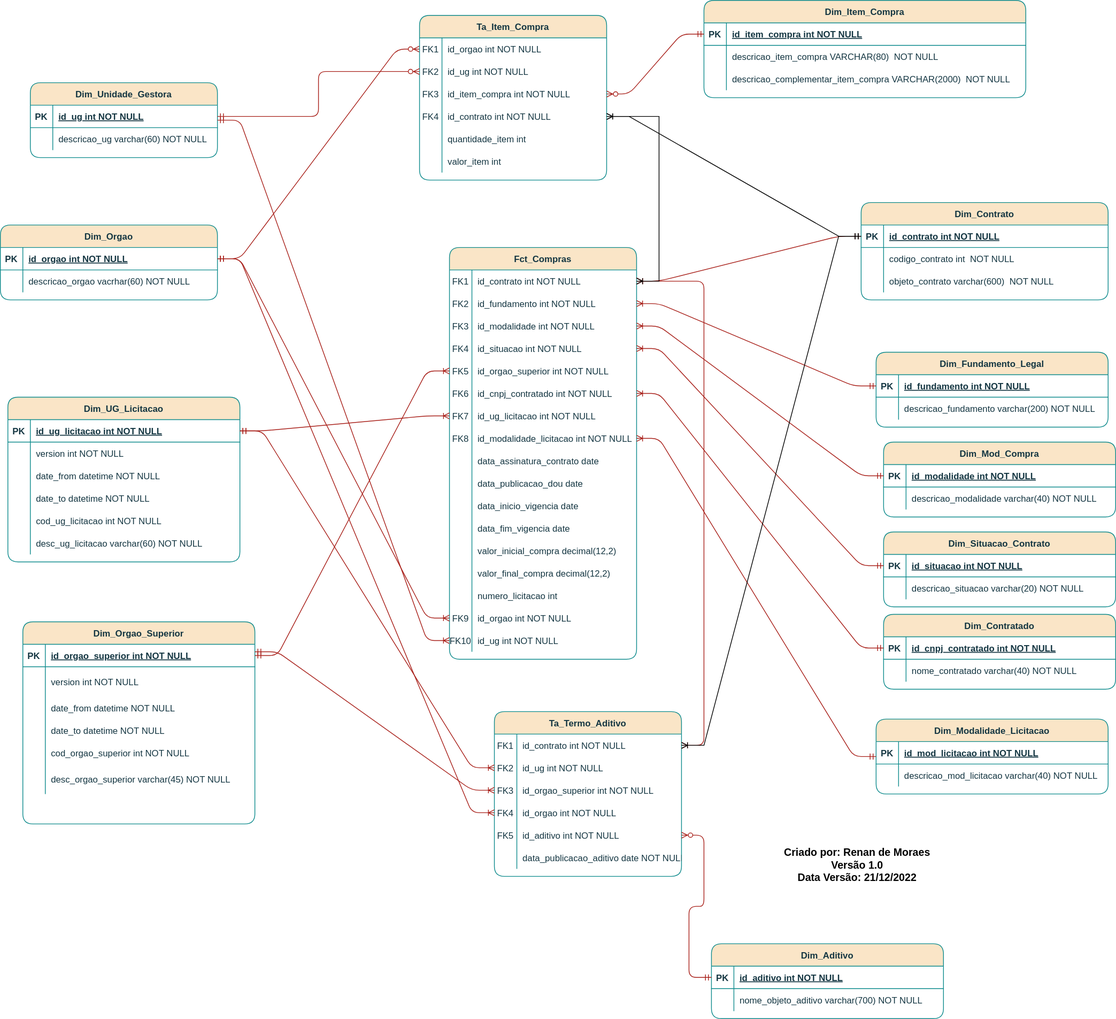
The draw.io diagram DW-COMPRAS-GOV-FEDERAL.svg in mpraes/projeto_dados_gov_federal, before a commit. Source tidied: cells renumbered, new cells last; positions are measured from the earlier drawing's top-left corner, leaving out a move shared by most shapes.
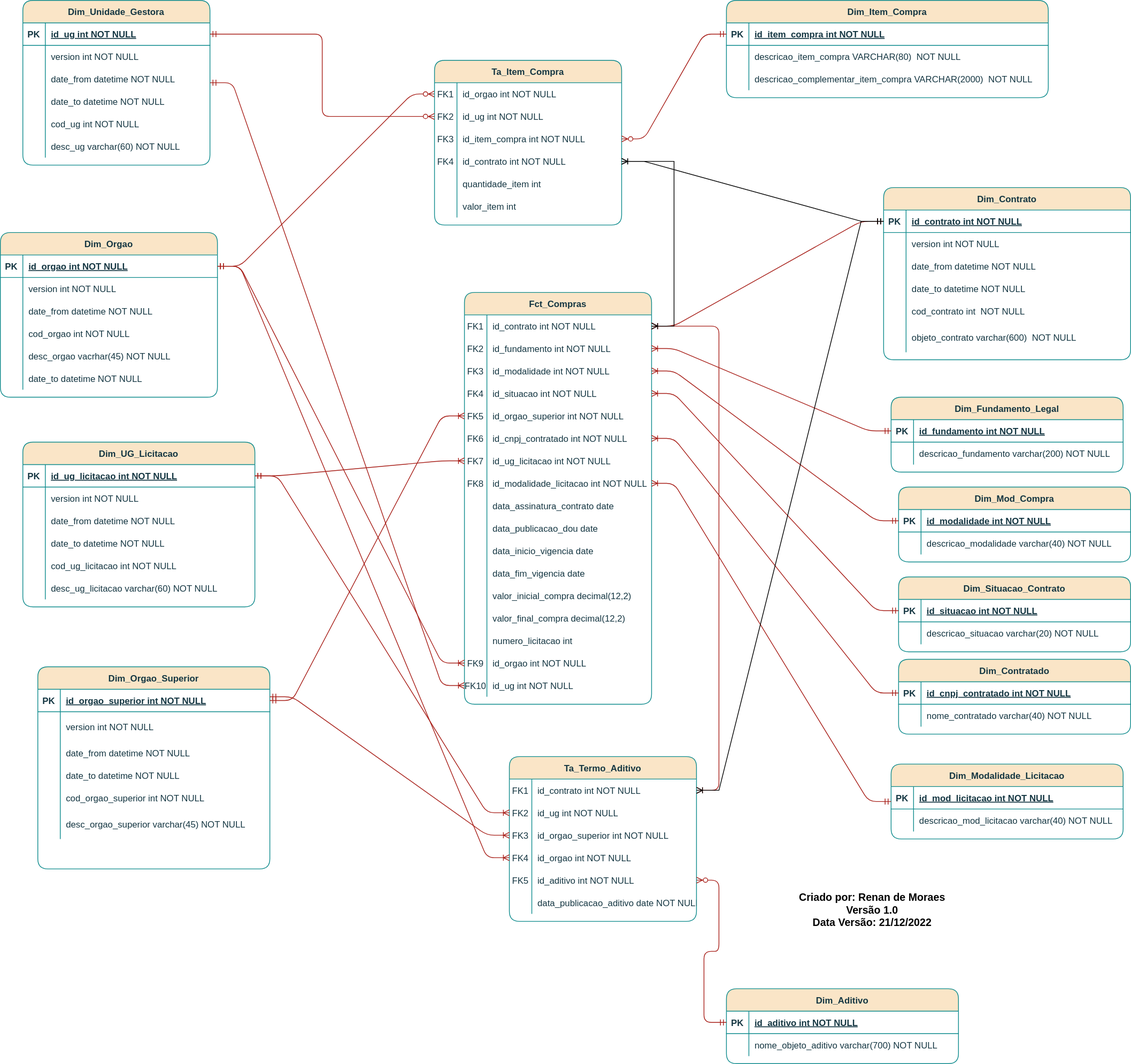
Above is the later version.

The edit, as a diff of the source:
```diff
@@ -63,7 +63,7 @@
       <mxGeometry x="30" width="220" height="30" as="geometry" />
     </mxCell>
     <mxCell id="22" value="Dim_Unidade_Gestora" style="shape=table;startSize=30;rowLines=0;fontStyle=1;align=center;labelBackgroundColor=none;fillColor=#FAE5C7;strokeColor=#0F8B8D;fontColor=#143642;rounded=1;" parent="1" vertex="1">
-      <mxGeometry x="40" y="110" width="250" height="100" as="geometry" />
+      <mxGeometry x="10" y="-60" width="250" height="220" as="geometry" />
     </mxCell>
     <mxCell id="23" style="shape=partialRectangle;fillColor=none;points=[[0,0.5],[1,0.5]];portConstraint=eastwest;top=0;left=0;right=0;bottom=1;labelBackgroundColor=none;strokeColor=#0F8B8D;fontColor=#143642;rounded=1;" parent="22" vertex="1">
       <mxGeometry y="30" width="250" height="30" as="geometry" />
@@ -80,11 +80,47 @@
     <mxCell id="27" style="shape=partialRectangle;overflow=hidden;fillColor=none;top=0;left=0;bottom=0;right=0;labelBackgroundColor=none;strokeColor=#0F8B8D;fontColor=#143642;rounded=1;" parent="26" vertex="1">
       <mxGeometry width="30" height="30" as="geometry" />
     </mxCell>
-    <mxCell id="28" value="descricao_ug varchar(60) NOT NULL" style="shape=partialRectangle;overflow=hidden;fillColor=none;top=0;left=0;bottom=0;right=0;align=left;spacingLeft=6;labelBackgroundColor=none;strokeColor=#0F8B8D;fontColor=#143642;rounded=1;" parent="26" vertex="1">
+    <mxCell id="28" value="version int NOT NULL" style="shape=partialRectangle;overflow=hidden;fillColor=none;top=0;left=0;bottom=0;right=0;align=left;spacingLeft=6;labelBackgroundColor=none;strokeColor=#0F8B8D;fontColor=#143642;rounded=1;" parent="26" vertex="1">
       <mxGeometry x="30" width="220" height="30" as="geometry" />
     </mxCell>
+    <mxCell id="228" style="shape=partialRectangle;fillColor=none;top=0;left=0;right=0;bottom=0;labelBackgroundColor=none;strokeColor=#0F8B8D;fontColor=#143642;rounded=1;" parent="22" vertex="1">
+      <mxGeometry y="90" width="250" height="30" as="geometry" />
+    </mxCell>
+    <mxCell id="229" style="shape=partialRectangle;overflow=hidden;fillColor=none;top=0;left=0;bottom=0;right=0;labelBackgroundColor=none;strokeColor=#0F8B8D;fontColor=#143642;rounded=1;" parent="228" vertex="1">
+      <mxGeometry width="30" height="30" as="geometry" />
+    </mxCell>
+    <mxCell id="230" value="date_from datetime NOT NULL" style="shape=partialRectangle;overflow=hidden;fillColor=none;top=0;left=0;bottom=0;right=0;align=left;spacingLeft=6;labelBackgroundColor=none;strokeColor=#0F8B8D;fontColor=#143642;rounded=1;" parent="228" vertex="1">
+      <mxGeometry x="30" width="220" height="30" as="geometry" />
+    </mxCell>
+    <mxCell id="231" style="shape=partialRectangle;fillColor=none;top=0;left=0;right=0;bottom=0;labelBackgroundColor=none;strokeColor=#0F8B8D;fontColor=#143642;rounded=1;" parent="22" vertex="1">
+      <mxGeometry y="120" width="250" height="30" as="geometry" />
+    </mxCell>
+    <mxCell id="232" style="shape=partialRectangle;overflow=hidden;fillColor=none;top=0;left=0;bottom=0;right=0;labelBackgroundColor=none;strokeColor=#0F8B8D;fontColor=#143642;rounded=1;" parent="231" vertex="1">
+      <mxGeometry width="30" height="30" as="geometry" />
+    </mxCell>
+    <mxCell id="233" value="date_to datetime NOT NULL" style="shape=partialRectangle;overflow=hidden;fillColor=none;top=0;left=0;bottom=0;right=0;align=left;spacingLeft=6;labelBackgroundColor=none;strokeColor=#0F8B8D;fontColor=#143642;rounded=1;" parent="231" vertex="1">
+      <mxGeometry x="30" width="220" height="30" as="geometry" />
+    </mxCell>
+    <mxCell id="234" style="shape=partialRectangle;fillColor=none;top=0;left=0;right=0;bottom=0;labelBackgroundColor=none;strokeColor=#0F8B8D;fontColor=#143642;rounded=1;" parent="22" vertex="1">
+      <mxGeometry y="150" width="250" height="30" as="geometry" />
+    </mxCell>
+    <mxCell id="235" style="shape=partialRectangle;overflow=hidden;fillColor=none;top=0;left=0;bottom=0;right=0;labelBackgroundColor=none;strokeColor=#0F8B8D;fontColor=#143642;rounded=1;" parent="234" vertex="1">
+      <mxGeometry width="30" height="30" as="geometry" />
+    </mxCell>
+    <mxCell id="236" value="cod_ug int NOT NULL" style="shape=partialRectangle;overflow=hidden;fillColor=none;top=0;left=0;bottom=0;right=0;align=left;spacingLeft=6;labelBackgroundColor=none;strokeColor=#0F8B8D;fontColor=#143642;rounded=1;" parent="234" vertex="1">
+      <mxGeometry x="30" width="220" height="30" as="geometry" />
+    </mxCell>
+    <mxCell id="237" style="shape=partialRectangle;fillColor=none;top=0;left=0;right=0;bottom=0;labelBackgroundColor=none;strokeColor=#0F8B8D;fontColor=#143642;rounded=1;" parent="22" vertex="1">
+      <mxGeometry y="180" width="250" height="30" as="geometry" />
+    </mxCell>
+    <mxCell id="238" style="shape=partialRectangle;overflow=hidden;fillColor=none;top=0;left=0;bottom=0;right=0;labelBackgroundColor=none;strokeColor=#0F8B8D;fontColor=#143642;rounded=1;" parent="237" vertex="1">
+      <mxGeometry width="30" height="30" as="geometry" />
+    </mxCell>
+    <mxCell id="239" value="desc_ug varchar(60) NOT NULL" style="shape=partialRectangle;overflow=hidden;fillColor=none;top=0;left=0;bottom=0;right=0;align=left;spacingLeft=6;labelBackgroundColor=none;strokeColor=#0F8B8D;fontColor=#143642;rounded=1;" parent="237" vertex="1">
+      <mxGeometry x="30" width="220" height="30" as="geometry" />
+    </mxCell>
     <mxCell id="29" value="Dim_Orgao" style="shape=table;startSize=30;rowLines=0;fontStyle=1;align=center;labelBackgroundColor=none;fillColor=#FAE5C7;strokeColor=#0F8B8D;fontColor=#143642;rounded=1;" parent="1" vertex="1">
-      <mxGeometry y="300" width="290" height="100" as="geometry" />
+      <mxGeometry x="-20" y="250" width="290" height="220" as="geometry" />
     </mxCell>
     <mxCell id="30" style="shape=partialRectangle;fillColor=none;points=[[0,0.5],[1,0.5]];portConstraint=eastwest;top=0;left=0;right=0;bottom=1;labelBackgroundColor=none;strokeColor=#0F8B8D;fontColor=#143642;rounded=1;" parent="29" vertex="1">
       <mxGeometry y="30" width="290" height="30" as="geometry" />
@@ -101,14 +137,50 @@
     <mxCell id="34" style="shape=partialRectangle;overflow=hidden;fillColor=none;top=0;left=0;bottom=0;right=0;labelBackgroundColor=none;strokeColor=#0F8B8D;fontColor=#143642;rounded=1;" parent="33" vertex="1">
       <mxGeometry width="30" height="30" as="geometry" />
     </mxCell>
-    <mxCell id="35" value="descricao_orgao vacrhar(60) NOT NULL" style="shape=partialRectangle;overflow=hidden;fillColor=none;top=0;left=0;bottom=0;right=0;align=left;spacingLeft=6;labelBackgroundColor=none;strokeColor=#0F8B8D;fontColor=#143642;rounded=1;" parent="33" vertex="1">
+    <mxCell id="35" value="version int NOT NULL" style="shape=partialRectangle;overflow=hidden;fillColor=none;top=0;left=0;bottom=0;right=0;align=left;spacingLeft=6;labelBackgroundColor=none;strokeColor=#0F8B8D;fontColor=#143642;rounded=1;" parent="33" vertex="1">
       <mxGeometry x="30" width="260" height="30" as="geometry" />
     </mxCell>
+    <mxCell id="240" style="shape=partialRectangle;fillColor=none;top=0;left=0;right=0;bottom=0;labelBackgroundColor=none;strokeColor=#0F8B8D;fontColor=#143642;rounded=1;" parent="29" vertex="1">
+      <mxGeometry y="90" width="290" height="30" as="geometry" />
+    </mxCell>
+    <mxCell id="241" style="shape=partialRectangle;overflow=hidden;fillColor=none;top=0;left=0;bottom=0;right=0;labelBackgroundColor=none;strokeColor=#0F8B8D;fontColor=#143642;rounded=1;" parent="240" vertex="1">
+      <mxGeometry width="30" height="30" as="geometry" />
+    </mxCell>
+    <mxCell id="242" value="date_from datetime NOT NULL" style="shape=partialRectangle;overflow=hidden;fillColor=none;top=0;left=0;bottom=0;right=0;align=left;spacingLeft=6;labelBackgroundColor=none;strokeColor=#0F8B8D;fontColor=#143642;rounded=1;" parent="240" vertex="1">
+      <mxGeometry x="30" width="260" height="30" as="geometry" />
+    </mxCell>
+    <mxCell id="243" style="shape=partialRectangle;fillColor=none;top=0;left=0;right=0;bottom=0;labelBackgroundColor=none;strokeColor=#0F8B8D;fontColor=#143642;rounded=1;" parent="29" vertex="1">
+      <mxGeometry y="120" width="290" height="30" as="geometry" />
+    </mxCell>
+    <mxCell id="244" style="shape=partialRectangle;overflow=hidden;fillColor=none;top=0;left=0;bottom=0;right=0;labelBackgroundColor=none;strokeColor=#0F8B8D;fontColor=#143642;rounded=1;" parent="243" vertex="1">
+      <mxGeometry width="30" height="30" as="geometry" />
+    </mxCell>
+    <mxCell id="245" value="cod_orgao int NOT NULL" style="shape=partialRectangle;overflow=hidden;fillColor=none;top=0;left=0;bottom=0;right=0;align=left;spacingLeft=6;labelBackgroundColor=none;strokeColor=#0F8B8D;fontColor=#143642;rounded=1;" parent="243" vertex="1">
+      <mxGeometry x="30" width="260" height="30" as="geometry" />
+    </mxCell>
+    <mxCell id="246" style="shape=partialRectangle;fillColor=none;top=0;left=0;right=0;bottom=0;labelBackgroundColor=none;strokeColor=#0F8B8D;fontColor=#143642;rounded=1;" parent="29" vertex="1">
+      <mxGeometry y="150" width="290" height="30" as="geometry" />
+    </mxCell>
+    <mxCell id="247" style="shape=partialRectangle;overflow=hidden;fillColor=none;top=0;left=0;bottom=0;right=0;labelBackgroundColor=none;strokeColor=#0F8B8D;fontColor=#143642;rounded=1;" parent="246" vertex="1">
+      <mxGeometry width="30" height="30" as="geometry" />
+    </mxCell>
+    <mxCell id="248" value="desc_orgao vacrhar(45) NOT NULL" style="shape=partialRectangle;overflow=hidden;fillColor=none;top=0;left=0;bottom=0;right=0;align=left;spacingLeft=6;labelBackgroundColor=none;strokeColor=#0F8B8D;fontColor=#143642;rounded=1;" parent="246" vertex="1">
+      <mxGeometry x="30" width="260" height="30" as="geometry" />
+    </mxCell>
+    <mxCell id="249" style="shape=partialRectangle;fillColor=none;top=0;left=0;right=0;bottom=0;labelBackgroundColor=none;strokeColor=#0F8B8D;fontColor=#143642;rounded=1;" parent="29" vertex="1">
+      <mxGeometry y="180" width="290" height="30" as="geometry" />
+    </mxCell>
+    <mxCell id="250" style="shape=partialRectangle;overflow=hidden;fillColor=none;top=0;left=0;bottom=0;right=0;labelBackgroundColor=none;strokeColor=#0F8B8D;fontColor=#143642;rounded=1;" parent="249" vertex="1">
+      <mxGeometry width="30" height="30" as="geometry" />
+    </mxCell>
+    <mxCell id="251" value="date_to datetime NOT NULL" style="shape=partialRectangle;overflow=hidden;fillColor=none;top=0;left=0;bottom=0;right=0;align=left;spacingLeft=6;labelBackgroundColor=none;strokeColor=#0F8B8D;fontColor=#143642;rounded=1;" parent="249" vertex="1">
+      <mxGeometry x="30" width="260" height="30" as="geometry" />
+    </mxCell>
     <mxCell id="36" style="edgeStyle=orthogonalEdgeStyle;fontSize=12;html=1;endArrow=ERzeroToMany;startArrow=ERmandOne;rounded=1;entryX=0;entryY=0.5;entryDx=0;entryDy=0;labelBackgroundColor=none;strokeColor=#A8201A;fontColor=default;" parent="1" edge="1" source="23" target="7">
       <mxGeometry x="0.36" y="90" relative="1" as="geometry" />
     </mxCell>
     <mxCell id="37" value="Dim_Item_Compra" style="shape=table;startSize=30;rowLines=0;fontStyle=1;align=center;labelBackgroundColor=none;fillColor=#FAE5C7;strokeColor=#0F8B8D;fontColor=#143642;rounded=1;" parent="1" vertex="1">
-      <mxGeometry x="940" width="430" height="130" as="geometry" />
+      <mxGeometry x="950" y="-60" width="430" height="130" as="geometry" />
     </mxCell>
     <mxCell id="38" style="shape=partialRectangle;fillColor=none;points=[[0,0.5],[1,0.5]];portConstraint=eastwest;top=0;left=0;right=0;bottom=1;labelBackgroundColor=none;strokeColor=#0F8B8D;fontColor=#143642;rounded=1;" parent="37" vertex="1">
       <mxGeometry y="30" width="430" height="30" as="geometry" />
@@ -141,7 +213,7 @@
       <mxGeometry relative="1" as="geometry" />
     </mxCell>
     <mxCell id="48" value="Dim_Contrato" style="shape=table;startSize=30;rowLines=0;fontStyle=1;align=center;labelBackgroundColor=none;fillColor=#FAE5C7;strokeColor=#0F8B8D;fontColor=#143642;rounded=1;" parent="1" vertex="1">
-      <mxGeometry x="1150" y="270" width="330" height="130" as="geometry" />
+      <mxGeometry x="1160" y="190" width="330" height="230" as="geometry" />
     </mxCell>
     <mxCell id="49" style="shape=partialRectangle;fillColor=none;points=[[0,0.5],[1,0.5]];portConstraint=eastwest;top=0;left=0;right=0;bottom=1;labelBackgroundColor=none;strokeColor=#0F8B8D;fontColor=#143642;rounded=1;" parent="48" vertex="1">
       <mxGeometry y="30" width="330" height="30" as="geometry" />
@@ -152,23 +224,50 @@
     <mxCell id="51" value="id_contrato int NOT NULL " style="shape=partialRectangle;overflow=hidden;fillColor=none;top=0;left=0;bottom=0;right=0;align=left;spacingLeft=6;fontStyle=5;labelBackgroundColor=none;strokeColor=#0F8B8D;fontColor=#143642;rounded=1;" parent="49" vertex="1">
       <mxGeometry x="30" width="300" height="30" as="geometry" />
     </mxCell>
+    <mxCell id="252" style="shape=partialRectangle;fillColor=none;top=0;left=0;right=0;bottom=0;labelBackgroundColor=none;strokeColor=#0F8B8D;fontColor=#143642;rounded=1;" parent="48" vertex="1">
+      <mxGeometry y="60" width="330" height="30" as="geometry" />
+    </mxCell>
+    <mxCell id="253" style="shape=partialRectangle;overflow=hidden;fillColor=none;top=0;left=0;bottom=0;right=0;labelBackgroundColor=none;strokeColor=#0F8B8D;fontColor=#143642;rounded=1;" parent="252" vertex="1">
+      <mxGeometry width="30" height="30" as="geometry" />
+    </mxCell>
+    <mxCell id="254" value="version int NOT NULL" style="shape=partialRectangle;overflow=hidden;fillColor=none;top=0;left=0;bottom=0;right=0;align=left;spacingLeft=6;labelBackgroundColor=none;strokeColor=#0F8B8D;fontColor=#143642;rounded=1;" parent="252" vertex="1">
+      <mxGeometry x="30" width="300" height="30" as="geometry" />
+    </mxCell>
+    <mxCell id="255" style="shape=partialRectangle;fillColor=none;top=0;left=0;right=0;bottom=0;labelBackgroundColor=none;strokeColor=#0F8B8D;fontColor=#143642;rounded=1;" parent="48" vertex="1">
+      <mxGeometry y="90" width="330" height="30" as="geometry" />
+    </mxCell>
+    <mxCell id="256" style="shape=partialRectangle;overflow=hidden;fillColor=none;top=0;left=0;bottom=0;right=0;labelBackgroundColor=none;strokeColor=#0F8B8D;fontColor=#143642;rounded=1;" parent="255" vertex="1">
+      <mxGeometry width="30" height="30" as="geometry" />
+    </mxCell>
+    <mxCell id="257" value="date_from datetime NOT NULL" style="shape=partialRectangle;overflow=hidden;fillColor=none;top=0;left=0;bottom=0;right=0;align=left;spacingLeft=6;labelBackgroundColor=none;strokeColor=#0F8B8D;fontColor=#143642;rounded=1;" parent="255" vertex="1">
+      <mxGeometry x="30" width="300" height="30" as="geometry" />
+    </mxCell>
+    <mxCell id="258" style="shape=partialRectangle;fillColor=none;top=0;left=0;right=0;bottom=0;labelBackgroundColor=none;strokeColor=#0F8B8D;fontColor=#143642;rounded=1;" parent="48" vertex="1">
+      <mxGeometry y="120" width="330" height="30" as="geometry" />
+    </mxCell>
+    <mxCell id="259" style="shape=partialRectangle;overflow=hidden;fillColor=none;top=0;left=0;bottom=0;right=0;labelBackgroundColor=none;strokeColor=#0F8B8D;fontColor=#143642;rounded=1;" parent="258" vertex="1">
+      <mxGeometry width="30" height="30" as="geometry" />
+    </mxCell>
+    <mxCell id="260" value="date_to datetime NOT NULL" style="shape=partialRectangle;overflow=hidden;fillColor=none;top=0;left=0;bottom=0;right=0;align=left;spacingLeft=6;labelBackgroundColor=none;strokeColor=#0F8B8D;fontColor=#143642;rounded=1;" parent="258" vertex="1">
+      <mxGeometry x="30" width="300" height="30" as="geometry" />
+    </mxCell>
     <mxCell id="52" style="shape=partialRectangle;fillColor=none;top=0;left=0;right=0;bottom=0;labelBackgroundColor=none;strokeColor=#0F8B8D;fontColor=#143642;rounded=1;" parent="48" vertex="1">
-      <mxGeometry y="60" width="330" height="30" as="geometry" />
+      <mxGeometry y="150" width="330" height="30" as="geometry" />
     </mxCell>
     <mxCell id="53" style="shape=partialRectangle;overflow=hidden;fillColor=none;top=0;left=0;bottom=0;right=0;labelBackgroundColor=none;strokeColor=#0F8B8D;fontColor=#143642;rounded=1;" parent="52" vertex="1">
       <mxGeometry width="30" height="30" as="geometry" />
     </mxCell>
-    <mxCell id="54" value="codigo_contrato int  NOT NULL" style="shape=partialRectangle;overflow=hidden;fillColor=none;top=0;left=0;bottom=0;right=0;align=left;spacingLeft=6;labelBackgroundColor=none;strokeColor=#0F8B8D;fontColor=#143642;rounded=1;" parent="52" vertex="1">
+    <mxCell id="54" value="cod_contrato int  NOT NULL" style="shape=partialRectangle;overflow=hidden;fillColor=none;top=0;left=0;bottom=0;right=0;align=left;spacingLeft=6;labelBackgroundColor=none;strokeColor=#0F8B8D;fontColor=#143642;rounded=1;" parent="52" vertex="1">
       <mxGeometry x="30" width="300" height="30" as="geometry" />
     </mxCell>
     <mxCell id="55" style="shape=partialRectangle;fillColor=none;top=0;left=0;right=0;bottom=0;labelBackgroundColor=none;strokeColor=#0F8B8D;fontColor=#143642;rounded=1;" parent="48" vertex="1">
-      <mxGeometry y="90" width="330" height="30" as="geometry" />
+      <mxGeometry y="180" width="330" height="40" as="geometry" />
     </mxCell>
     <mxCell id="56" style="shape=partialRectangle;overflow=hidden;fillColor=none;top=0;left=0;bottom=0;right=0;labelBackgroundColor=none;strokeColor=#0F8B8D;fontColor=#143642;rounded=1;" parent="55" vertex="1">
-      <mxGeometry width="30" height="30" as="geometry" />
+      <mxGeometry width="30" height="40" as="geometry" />
     </mxCell>
     <mxCell id="57" value="objeto_contrato varchar(600)  NOT NULL" style="shape=partialRectangle;overflow=hidden;fillColor=none;top=0;left=0;bottom=0;right=0;align=left;spacingLeft=6;labelBackgroundColor=none;strokeColor=#0F8B8D;fontColor=#143642;rounded=1;" parent="55" vertex="1">
-      <mxGeometry x="30" width="300" height="30" as="geometry" />
+      <mxGeometry x="30" width="300" height="40" as="geometry" />
     </mxCell>
     <mxCell id="58" value="Dim_Fundamento_Legal" style="shape=table;startSize=30;rowLines=0;fontStyle=1;align=center;labelBackgroundColor=none;fillColor=#FAE5C7;strokeColor=#0F8B8D;fontColor=#143642;rounded=1;" parent="1" vertex="1">
       <mxGeometry x="1170" y="470" width="310" height="100" as="geometry" />
```
